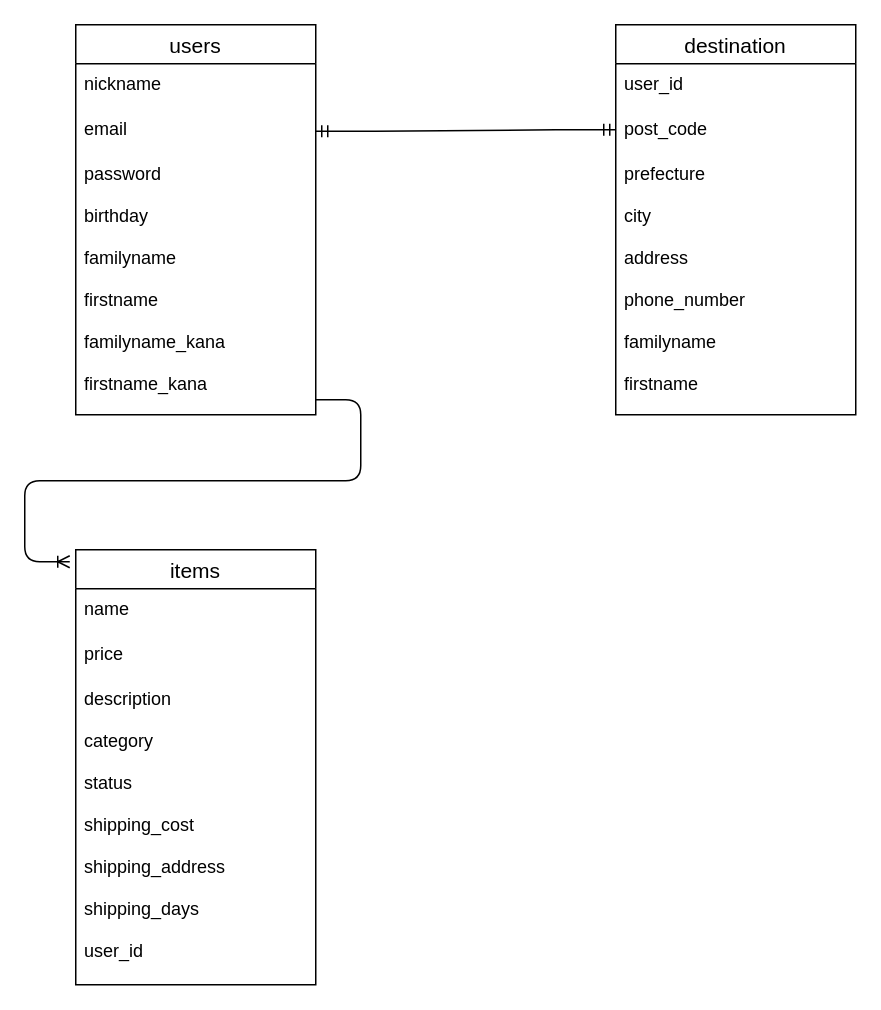
mitsugu-kawaguchi/furima-32473 keeps this draw.io diagram as test.dio. Above is the earlier version. Source tidied: cells renumbered, new cells numbered last; positions are measured from the earlier drawing's top-left corner, leaving out a move shared by most shapes. Both pictures are drawn from the tidied source at 150%, with x=0, y=0 at pixel (69, 24).
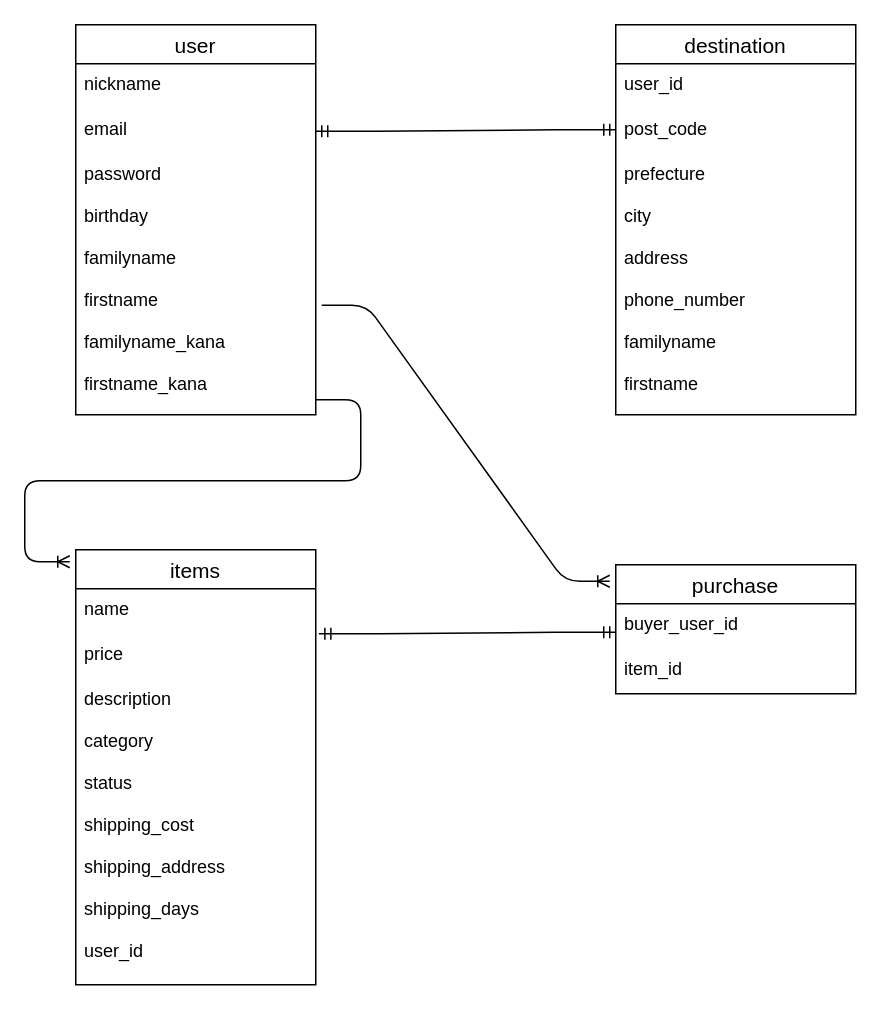
Above is the later version.

Commit message (it also covers changes not shown here):
ER図、README修正＃3

Unchanged cells that the change refers to:
```xml
<mxCell id="5" value="password&#10;&#10;birthday&#10;&#10;familyname&#10;&#10;firstname&#10;&#10;familyname_kana&#10;&#10;firstname_kana" style="text;strokeColor=none;fillColor=none;spacingLeft=4;spacingRight=4;overflow=hidden;points=[[0,0.5],[1,0.5]];portConstraint=eastwest;fontSize=12;" parent="2" vertex="1">
  <mxGeometry y="86" width="160" height="174" as="geometry" />
</mxCell>
<mxCell id="12" value="price" style="text;strokeColor=none;fillColor=none;spacingLeft=4;spacingRight=4;overflow=hidden;points=[[0,0.5],[1,0.5]];portConstraint=eastwest;fontSize=12;" parent="10" vertex="1">
  <mxGeometry y="56" width="160" height="30" as="geometry" />
</mxCell>
```

The edit, as a diff of the source:
```diff
@@
-    <mxCell id="2" value="users" style="swimlane;fontStyle=0;horizontal=1;startSize=26;align=center;fontSize=14;" parent="1" vertex="1">
+    <mxCell id="2" value="user" style="swimlane;fontStyle=0;horizontal=1;startSize=26;align=center;fontSize=14;" parent="1" vertex="1">
       <mxGeometry x="4" width="160" height="260" as="geometry" />
     </mxCell>
@@
+    <mxCell id="16" value="purchase" style="swimlane;fontStyle=0;horizontal=1;startSize=26;align=center;fontSize=14;" parent="1" vertex="1">
+      <mxGeometry x="364" y="360" width="160" height="86" as="geometry" />
+    </mxCell>
+    <mxCell id="17" value="buyer_user_id" style="text;strokeColor=none;fillColor=none;spacingLeft=4;spacingRight=4;overflow=hidden;fontSize=12;" parent="16" vertex="1">
+      <mxGeometry y="26" width="160" height="30" as="geometry" />
+    </mxCell>
+    <mxCell id="18" value="item_id" style="text;strokeColor=none;fillColor=none;spacingLeft=4;spacingRight=4;overflow=hidden;fontSize=12;" parent="16" vertex="1">
+      <mxGeometry y="56" width="160" height="30" as="geometry" />
+    </mxCell>
+    <mxCell id="19" style="edgeStyle=entityRelationEdgeStyle;fontSize=12;html=1;endArrow=ERoneToMany;entryX=-0.025;entryY=0.128;entryDx=0;entryDy=0;entryPerimeter=0;exitX=1.025;exitY=0.58;exitDx=0;exitDy=0;exitPerimeter=0;" parent="1" edge="1" source="5" target="16">
+      <mxGeometry relative="1" as="geometry" />
+    </mxCell>
+    <mxCell id="20" style="edgeStyle=entityRelationEdgeStyle;fontSize=12;html=1;endArrow=ERmandOne;startArrow=ERmandOne;exitX=1.013;exitY=0;exitDx=0;exitDy=0;exitPerimeter=0;" parent="1" edge="1" source="12">
+      <mxGeometry relative="1" as="geometry">
+        <mxPoint x="364" y="405" as="targetPoint" />
+      </mxGeometry>
+    </mxCell>
```
